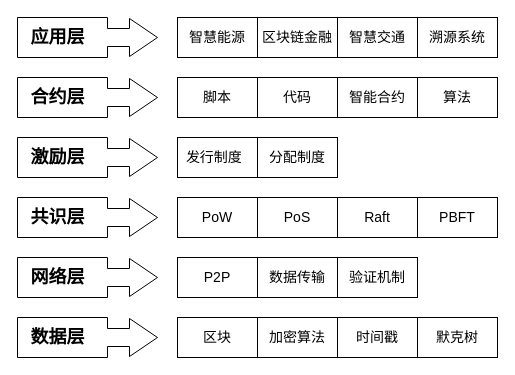
Above: 区块链组织架构.drawio in burnandgun/diagrams (draw.io), before the change. Source tidied: cells renumbered, new cells numbered last; positions are measured from the earlier drawing's top-left corner, leaving out a move shared by most shapes. Both pictures are drawn from the tidied source at 100%, with x=0, y=0 at pixel (17, 17).
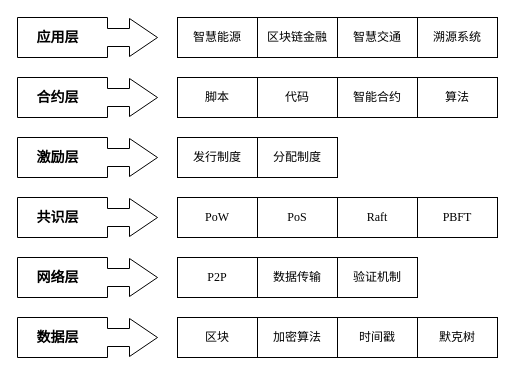
Above is the later version.

Commit message:
更新区块链组织架构.drawio

The edit, as a diff of the source:
```diff
@@
-    <mxCell id="2" style="html=1;shadow=0;dashed=0;align=center;verticalAlign=middle;shape=mxgraph.arrows2.calloutArrow;dy=9;dx=28;notch=90;arrowHead=10;fontSize=18;" parent="1" vertex="1">
+    <mxCell id="2" style="html=1;shadow=0;dashed=0;align=center;verticalAlign=middle;shape=mxgraph.arrows2.calloutArrow;dy=9;dx=28;notch=90;arrowHead=10;fontSize=14;fontFamily=宋体;" parent="1" vertex="1">
       <mxGeometry y="300" width="140" height="40" as="geometry" />
     </mxCell>
-    <mxCell id="3" value="数据层" style="text;html=1;align=center;verticalAlign=middle;strokeColor=none;fillColor=none;fontSize=18;fontStyle=1;" parent="1" vertex="1">
-      <mxGeometry y="300" width="80" height="40" as="geometry" />
+    <mxCell id="3" value="数据层" style="text;html=1;align=center;verticalAlign=middle;strokeColor=none;fillColor=none;fontSize=14;fontStyle=1;fontFamily=宋体;" parent="1" vertex="1">
+      <mxGeometry x="5" y="305" width="70" height="30" as="geometry" />
     </mxCell>
-    <mxCell id="4" value="区块" style="rounded=0;whiteSpace=wrap;html=1;fontSize=14;" parent="1" vertex="1">
+    <mxCell id="4" value="区块" style="rounded=0;whiteSpace=wrap;html=1;fontSize=12;fontFamily=宋体;" parent="1" vertex="1">
       <mxGeometry x="160" y="300" width="80" height="40" as="geometry" />
     </mxCell>
-    <mxCell id="5" value="加密算法" style="rounded=0;whiteSpace=wrap;html=1;fontSize=14;" parent="1" vertex="1">
+    <mxCell id="5" value="加密算法" style="rounded=0;whiteSpace=wrap;html=1;fontSize=12;fontFamily=宋体;" parent="1" vertex="1">
       <mxGeometry x="240" y="300" width="80" height="40" as="geometry" />
     </mxCell>
-    <mxCell id="6" value="时间戳" style="rounded=0;whiteSpace=wrap;html=1;fontSize=14;" parent="1" vertex="1">
+    <mxCell id="6" value="时间戳" style="rounded=0;whiteSpace=wrap;html=1;fontSize=12;fontFamily=宋体;" parent="1" vertex="1">
       <mxGeometry x="320" y="300" width="80" height="40" as="geometry" />
     </mxCell>
-    <mxCell id="7" value="默克树" style="rounded=0;whiteSpace=wrap;html=1;fontSize=14;" parent="1" vertex="1">
+    <mxCell id="7" value="默克树" style="rounded=0;whiteSpace=wrap;html=1;fontSize=12;fontFamily=宋体;" parent="1" vertex="1">
       <mxGeometry x="400" y="300" width="80" height="40" as="geometry" />
     </mxCell>
-    <mxCell id="8" style="html=1;shadow=0;dashed=0;align=center;verticalAlign=middle;shape=mxgraph.arrows2.calloutArrow;dy=9;dx=28;notch=90;arrowHead=10;fontSize=18;" parent="1" vertex="1">
+    <mxCell id="8" style="html=1;shadow=0;dashed=0;align=center;verticalAlign=middle;shape=mxgraph.arrows2.calloutArrow;dy=9;dx=28;notch=90;arrowHead=10;fontSize=14;fontFamily=宋体;" parent="1" vertex="1">
       <mxGeometry y="240" width="140" height="40" as="geometry" />
     </mxCell>
-    <mxCell id="9" value="网络层" style="text;html=1;align=center;verticalAlign=middle;strokeColor=none;fillColor=none;fontSize=18;fontStyle=1;" parent="1" vertex="1">
-      <mxGeometry y="240" width="80" height="40" as="geometry" />
+    <mxCell id="9" value="网络层" style="text;html=1;align=center;verticalAlign=middle;strokeColor=none;fillColor=none;fontSize=14;fontStyle=1;fontFamily=宋体;" parent="1" vertex="1">
+      <mxGeometry x="5" y="245" width="70" height="30" as="geometry" />
     </mxCell>
-    <mxCell id="10" value="P2P" style="rounded=0;whiteSpace=wrap;html=1;fontSize=14;" parent="1" vertex="1">
+    <mxCell id="10" value="P2P" style="rounded=0;whiteSpace=wrap;html=1;fontSize=12;fontFamily=Times New Roman;" parent="1" vertex="1">
       <mxGeometry x="160" y="240" width="80" height="40" as="geometry" />
     </mxCell>
-    <mxCell id="11" value="数据传输" style="rounded=0;whiteSpace=wrap;html=1;fontSize=14;" parent="1" vertex="1">
+    <mxCell id="11" value="数据传输" style="rounded=0;whiteSpace=wrap;html=1;fontSize=12;fontFamily=宋体;" parent="1" vertex="1">
       <mxGeometry x="240" y="240" width="80" height="40" as="geometry" />
     </mxCell>
-    <mxCell id="12" value="验证机制" style="rounded=0;whiteSpace=wrap;html=1;fontSize=14;" parent="1" vertex="1">
+    <mxCell id="12" value="验证机制" style="rounded=0;whiteSpace=wrap;html=1;fontSize=12;fontFamily=宋体;" parent="1" vertex="1">
       <mxGeometry x="320" y="240" width="80" height="40" as="geometry" />
     </mxCell>
-    <mxCell id="13" style="html=1;shadow=0;dashed=0;align=center;verticalAlign=middle;shape=mxgraph.arrows2.calloutArrow;dy=9;dx=28;notch=90;arrowHead=10;fontSize=18;" parent="1" vertex="1">
+    <mxCell id="13" style="html=1;shadow=0;dashed=0;align=center;verticalAlign=middle;shape=mxgraph.arrows2.calloutArrow;dy=9;dx=28;notch=90;arrowHead=10;fontSize=14;fontFamily=宋体;" parent="1" vertex="1">
       <mxGeometry y="180" width="140" height="40" as="geometry" />
     </mxCell>
-    <mxCell id="14" value="共识层" style="text;html=1;align=center;verticalAlign=middle;strokeColor=none;fillColor=none;fontSize=18;fontStyle=1;" parent="1" vertex="1">
-      <mxGeometry y="180" width="80" height="40" as="geometry" />
+    <mxCell id="14" value="共识层" style="text;html=1;align=center;verticalAlign=middle;strokeColor=none;fillColor=none;fontSize=14;fontStyle=1;fontFamily=宋体;" parent="1" vertex="1">
+      <mxGeometry x="5" y="185" width="70" height="30" as="geometry" />
     </mxCell>
-    <mxCell id="15" value="PoW" style="rounded=0;whiteSpace=wrap;html=1;fontSize=14;" parent="1" vertex="1">
+    <mxCell id="15" value="PoW" style="rounded=0;whiteSpace=wrap;html=1;fontSize=12;fontFamily=Times New Roman;" parent="1" vertex="1">
       <mxGeometry x="160" y="180" width="80" height="40" as="geometry" />
     </mxCell>
-    <mxCell id="16" value="PoS" style="rounded=0;whiteSpace=wrap;html=1;fontSize=14;" parent="1" vertex="1">
+    <mxCell id="16" value="PoS" style="rounded=0;whiteSpace=wrap;html=1;fontSize=12;fontFamily=Times New Roman;" parent="1" vertex="1">
       <mxGeometry x="240" y="180" width="80" height="40" as="geometry" />
     </mxCell>
-    <mxCell id="17" value="Raft" style="rounded=0;whiteSpace=wrap;html=1;fontSize=14;" parent="1" vertex="1">
+    <mxCell id="17" value="Raft" style="rounded=0;whiteSpace=wrap;html=1;fontSize=12;fontFamily=Times New Roman;" parent="1" vertex="1">
       <mxGeometry x="320" y="180" width="80" height="40" as="geometry" />
     </mxCell>
-    <mxCell id="18" value="PBFT" style="rounded=0;whiteSpace=wrap;html=1;fontSize=14;" parent="1" vertex="1">
+    <mxCell id="18" value="PBFT" style="rounded=0;whiteSpace=wrap;html=1;fontSize=12;fontFamily=Times New Roman;" parent="1" vertex="1">
       <mxGeometry x="400" y="180" width="80" height="40" as="geometry" />
     </mxCell>
-    <mxCell id="19" style="html=1;shadow=0;dashed=0;align=center;verticalAlign=middle;shape=mxgraph.arrows2.calloutArrow;dy=9;dx=28;notch=90;arrowHead=10;fontSize=18;" parent="1" vertex="1">
+    <mxCell id="19" style="html=1;shadow=0;dashed=0;align=center;verticalAlign=middle;shape=mxgraph.arrows2.calloutArrow;dy=9;dx=28;notch=90;arrowHead=10;fontSize=14;fontFamily=宋体;" parent="1" vertex="1">
       <mxGeometry y="120" width="140" height="40" as="geometry" />
     </mxCell>
-    <mxCell id="20" value="激励层" style="text;html=1;align=center;verticalAlign=middle;strokeColor=none;fillColor=none;fontSize=18;fontStyle=1;" parent="1" vertex="1">
-      <mxGeometry y="120" width="80" height="40" as="geometry" />
+    <mxCell id="20" value="激励层" style="text;html=1;align=center;verticalAlign=middle;strokeColor=none;fillColor=none;fontSize=14;fontStyle=1;fontFamily=宋体;" parent="1" vertex="1">
+      <mxGeometry x="5" y="125" width="70" height="30" as="geometry" />
     </mxCell>
-    <mxCell id="21" value="发行制度&lt;span style=&quot;white-space: pre;&quot;&gt;&#9;&lt;/span&gt;" style="rounded=0;whiteSpace=wrap;html=1;fontSize=14;" parent="1" vertex="1">
+    <mxCell id="21" value="发行制度" style="rounded=0;whiteSpace=wrap;html=1;fontSize=12;fontFamily=宋体;" parent="1" vertex="1">
       <mxGeometry x="160" y="120" width="80" height="40" as="geometry" />
     </mxCell>
-    <mxCell id="22" value="分配制度" style="rounded=0;whiteSpace=wrap;html=1;fontSize=14;" parent="1" vertex="1">
+    <mxCell id="22" value="分配制度" style="rounded=0;whiteSpace=wrap;html=1;fontSize=12;fontFamily=宋体;" parent="1" vertex="1">
       <mxGeometry x="240" y="120" width="80" height="40" as="geometry" />
     </mxCell>
-    <mxCell id="23" style="html=1;shadow=0;dashed=0;align=center;verticalAlign=middle;shape=mxgraph.arrows2.calloutArrow;dy=9;dx=28;notch=90;arrowHead=10;fontSize=18;" parent="1" vertex="1">
+    <mxCell id="23" style="html=1;shadow=0;dashed=0;align=center;verticalAlign=middle;shape=mxgraph.arrows2.calloutArrow;dy=9;dx=28;notch=90;arrowHead=10;fontSize=14;fontFamily=宋体;" parent="1" vertex="1">
       <mxGeometry y="60" width="140" height="40" as="geometry" />
     </mxCell>
-    <mxCell id="24" value="合约层" style="text;html=1;align=center;verticalAlign=middle;strokeColor=none;fillColor=none;fontSize=18;fontStyle=1;" parent="1" vertex="1">
-      <mxGeometry y="60" width="80" height="40" as="geometry" />
+    <mxCell id="24" value="合约层" style="text;html=1;align=center;verticalAlign=middle;strokeColor=none;fillColor=none;fontSize=14;fontStyle=1;fontFamily=宋体;" parent="1" vertex="1">
+      <mxGeometry x="5" y="65" width="70" height="30" as="geometry" />
     </mxCell>
-    <mxCell id="25" value="脚本" style="rounded=0;whiteSpace=wrap;html=1;fontSize=14;" parent="1" vertex="1">
+    <mxCell id="25" value="脚本" style="rounded=0;whiteSpace=wrap;html=1;fontSize=12;fontFamily=宋体;" parent="1" vertex="1">
       <mxGeometry x="160" y="60" width="80" height="40" as="geometry" />
     </mxCell>
-    <mxCell id="26" value="代码" style="rounded=0;whiteSpace=wrap;html=1;fontSize=14;" parent="1" vertex="1">
+    <mxCell id="26" value="代码" style="rounded=0;whiteSpace=wrap;html=1;fontSize=12;fontFamily=宋体;" parent="1" vertex="1">
       <mxGeometry x="240" y="60" width="80" height="40" as="geometry" />
     </mxCell>
-    <mxCell id="27" value="智能合约" style="rounded=0;whiteSpace=wrap;html=1;fontSize=14;" parent="1" vertex="1">
+    <mxCell id="27" value="智能合约" style="rounded=0;whiteSpace=wrap;html=1;fontSize=12;fontFamily=宋体;" parent="1" vertex="1">
       <mxGeometry x="320" y="60" width="80" height="40" as="geometry" />
     </mxCell>
-    <mxCell id="28" value="算法" style="rounded=0;whiteSpace=wrap;html=1;fontSize=14;" parent="1" vertex="1">
+    <mxCell id="28" value="算法" style="rounded=0;whiteSpace=wrap;html=1;fontSize=12;fontFamily=宋体;" parent="1" vertex="1">
       <mxGeometry x="400" y="60" width="80" height="40" as="geometry" />
     </mxCell>
-    <mxCell id="29" style="html=1;shadow=0;dashed=0;align=center;verticalAlign=middle;shape=mxgraph.arrows2.calloutArrow;dy=9;dx=28;notch=90;arrowHead=10;fontSize=18;" parent="1" vertex="1">
+    <mxCell id="29" style="html=1;shadow=0;dashed=0;align=center;verticalAlign=middle;shape=mxgraph.arrows2.calloutArrow;dy=9;dx=28;notch=90;arrowHead=10;fontSize=14;fontFamily=宋体;" parent="1" vertex="1">
       <mxGeometry width="140" height="40" as="geometry" />
     </mxCell>
-    <mxCell id="30" value="应用层" style="text;html=1;align=center;verticalAlign=middle;strokeColor=none;fillColor=none;fontSize=18;fontStyle=1;" parent="1" vertex="1">
-      <mxGeometry width="80" height="40" as="geometry" />
+    <mxCell id="30" value="应用层" style="text;html=1;align=center;verticalAlign=middle;strokeColor=none;fillColor=none;fontSize=14;fontStyle=1;fontFamily=宋体;" parent="1" vertex="1">
+      <mxGeometry x="5" y="5" width="70" height="30" as="geometry" />
     </mxCell>
-    <mxCell id="31" value="智慧能源" style="rounded=0;whiteSpace=wrap;html=1;fontSize=14;" parent="1" vertex="1">
+    <mxCell id="31" value="智慧能源" style="rounded=0;whiteSpace=wrap;html=1;fontSize=12;fontFamily=宋体;" parent="1" vertex="1">
       <mxGeometry x="160" width="80" height="40" as="geometry" />
     </mxCell>
-    <mxCell id="32" value="区块链金融" style="rounded=0;whiteSpace=wrap;html=1;fontSize=14;" parent="1" vertex="1">
+    <mxCell id="32" value="区块链金融" style="rounded=0;whiteSpace=wrap;html=1;fontSize=12;fontFamily=宋体;" parent="1" vertex="1">
       <mxGeometry x="240" width="80" height="40" as="geometry" />
     </mxCell>
-    <mxCell id="33" value="智慧交通" style="rounded=0;whiteSpace=wrap;html=1;fontSize=14;" parent="1" vertex="1">
+    <mxCell id="33" value="智慧交通" style="rounded=0;whiteSpace=wrap;html=1;fontSize=12;fontFamily=宋体;" parent="1" vertex="1">
       <mxGeometry x="320" width="80" height="40" as="geometry" />
     </mxCell>
-    <mxCell id="34" value="溯源系统" style="rounded=0;whiteSpace=wrap;html=1;fontSize=14;" parent="1" vertex="1">
+    <mxCell id="34" value="溯源系统" style="rounded=0;whiteSpace=wrap;html=1;fontSize=12;fontFamily=宋体;" parent="1" vertex="1">
       <mxGeometry x="400" width="80" height="40" as="geometry" />
     </mxCell>
```
